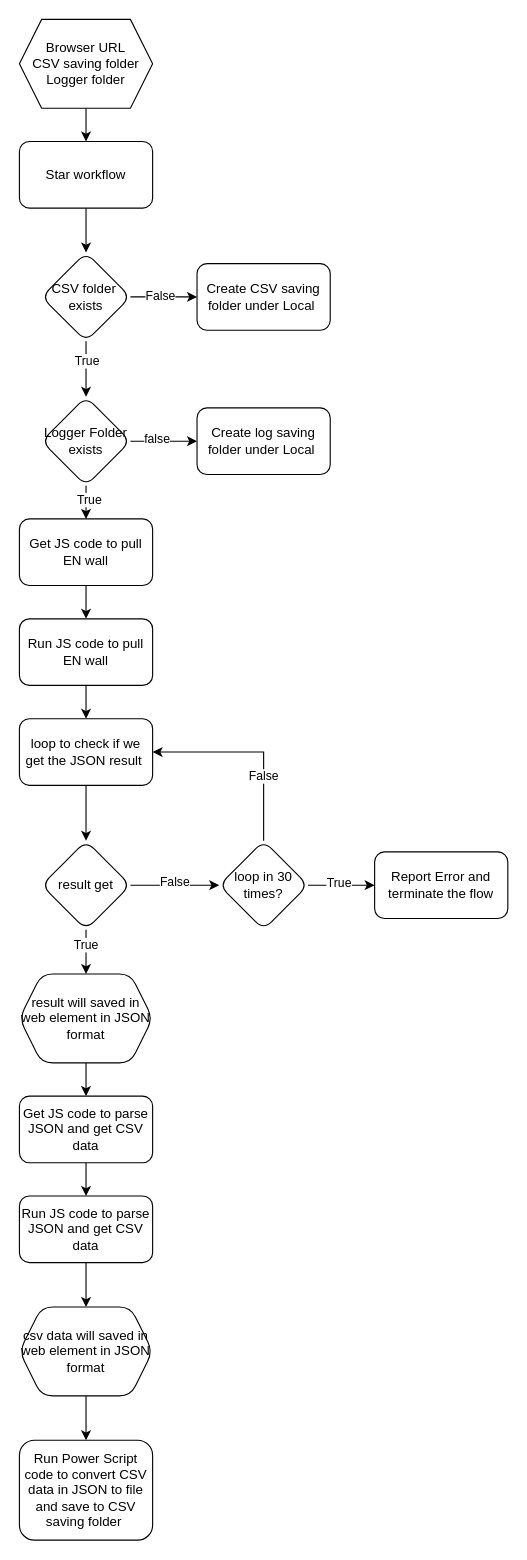
Above: EN/data_extraction/prod/workflow.drawio in explorer2x/JS_EB (draw.io), before the change. Source tidied: cells renumbered, new cells numbered last; positions are measured from the earlier drawing's top-left corner, leaving out a move shared by most shapes. Both pictures are drawn from the tidied source at 111%, with x=0, y=0 at pixel (19, 19).
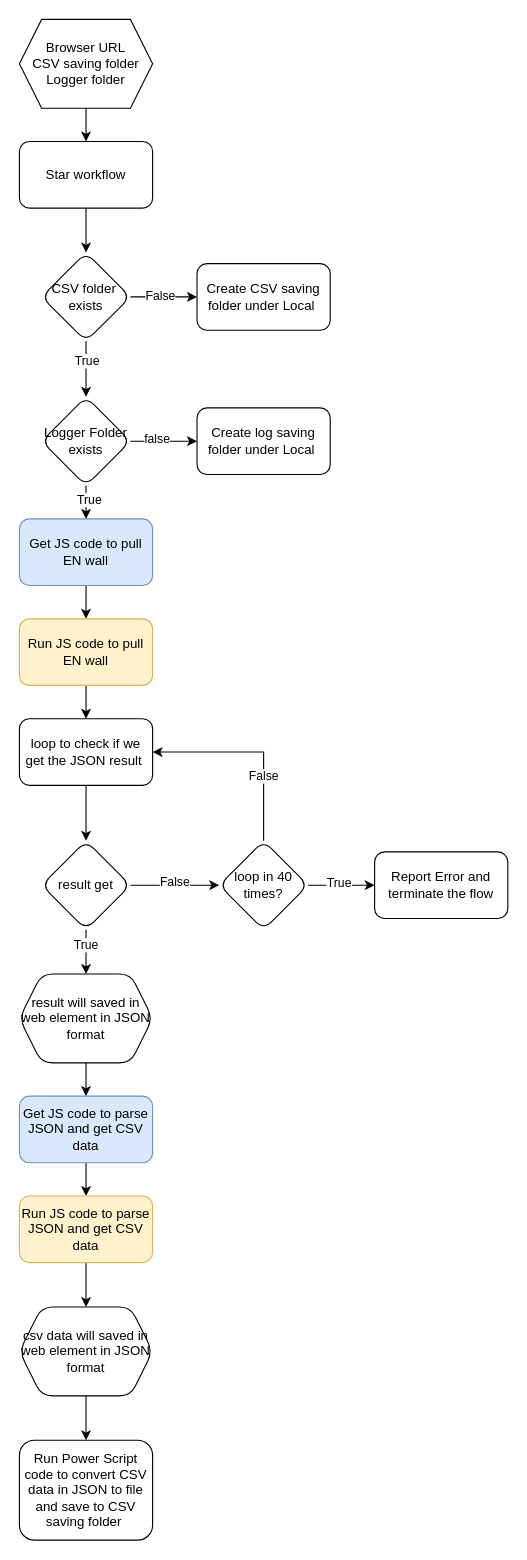
The same diagram, later.

Diff of the diagram source:
```diff
@@
-    <mxCell id="19" value="Get JS code to pull EN wall" style="whiteSpace=wrap;html=1;rounded=1;" parent="1" vertex="1">
+    <mxCell id="19" value="Get JS code to pull EN wall" style="whiteSpace=wrap;html=1;rounded=1;fillColor=#dae8fc;strokeColor=#6c8ebf;" parent="1" vertex="1">
       <mxGeometry y="450" width="120" height="60" as="geometry" />
     </mxCell>
@@
-    <mxCell id="21" value="Run JS code to pull EN wall" style="whiteSpace=wrap;html=1;rounded=1;" parent="1" vertex="1">
+    <mxCell id="21" value="Run JS code to pull EN wall" style="whiteSpace=wrap;html=1;rounded=1;fillColor=#fff2cc;strokeColor=#d6b656;" parent="1" vertex="1">
       <mxGeometry y="540" width="120" height="60" as="geometry" />
     </mxCell>
@@
-    <mxCell id="25" value="Get JS code to parse JSON and get CSV data" style="whiteSpace=wrap;html=1;rounded=1;" parent="1" vertex="1">
+    <mxCell id="25" value="Get JS code to parse JSON and get CSV data" style="whiteSpace=wrap;html=1;rounded=1;fillColor=#dae8fc;strokeColor=#6c8ebf;" parent="1" vertex="1">
       <mxGeometry y="970" width="120" height="60" as="geometry" />
     </mxCell>
@@
-    <mxCell id="27" value="Run JS code to parse JSON and get CSV data" style="whiteSpace=wrap;html=1;rounded=1;" parent="1" vertex="1">
+    <mxCell id="27" value="Run JS code to parse JSON and get CSV data" style="whiteSpace=wrap;html=1;rounded=1;fillColor=#fff2cc;strokeColor=#d6b656;" parent="1" vertex="1">
       <mxGeometry y="1060" width="120" height="60" as="geometry" />
     </mxCell>
@@
-    <mxCell id="42" value="loop in 30 times?" style="rhombus;whiteSpace=wrap;html=1;rounded=1;" parent="1" vertex="1">
+    <mxCell id="42" value="loop in 40 times?" style="rhombus;whiteSpace=wrap;html=1;rounded=1;" parent="1" vertex="1">
       <mxGeometry x="180" y="740" width="80" height="80" as="geometry" />
     </mxCell>
```
